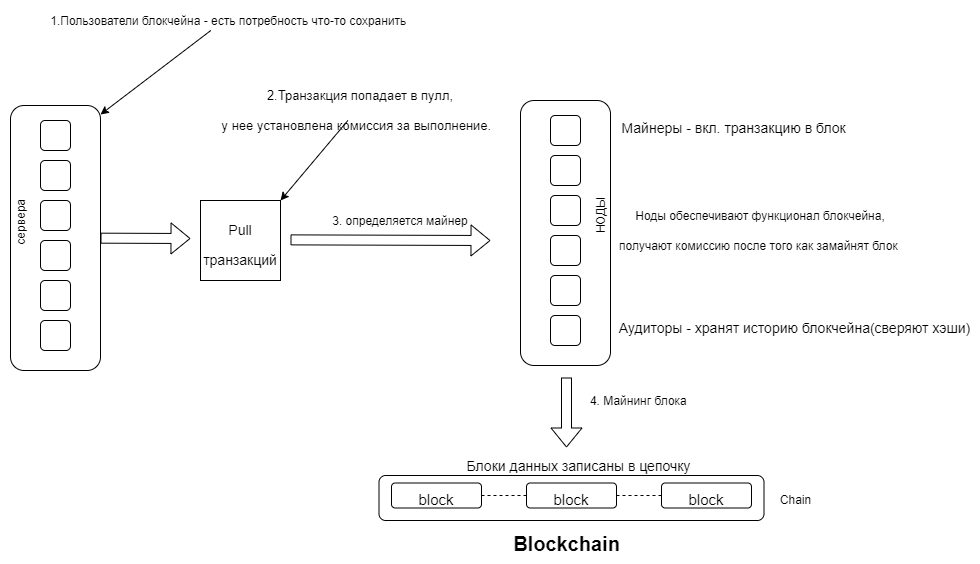
This is img/cycle_blockchain.png from gorokhovchint/Web3, a draw.io export, as it was before one commit. Source tidied: cells renumbered, new cells last; positions are measured from the earlier drawing's top-left corner, leaving out a move shared by most shapes.
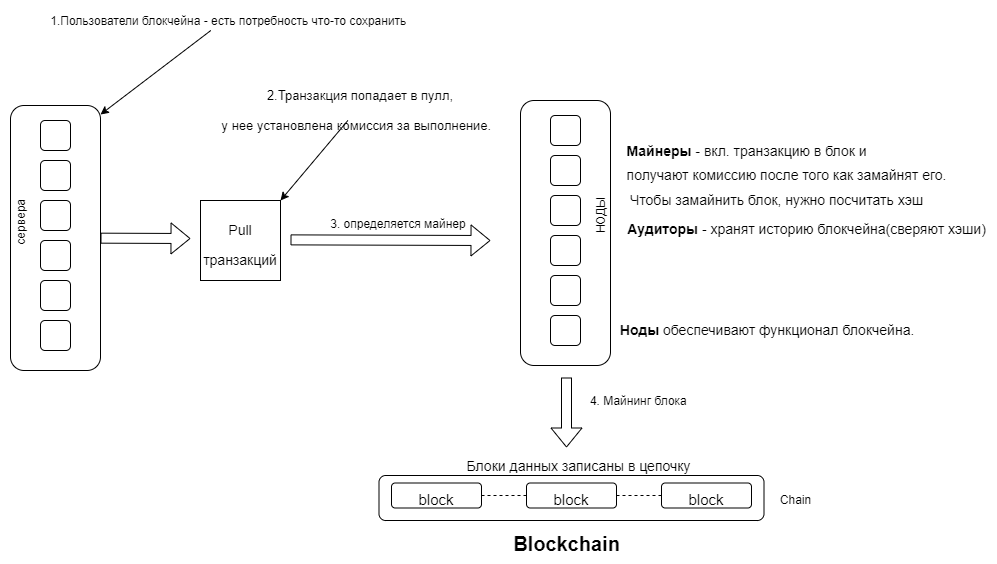
After the change.

What changed in the source:
```diff
@@ -71,7 +71,7 @@
       <mxGeometry x="590" y="315" width="30" height="30" as="geometry" />
     </mxCell>
     <mxCell id="23" value="&lt;span style=&quot;font-size: 12px;&quot;&gt;3. определяется майнер&lt;/span&gt;" style="text;html=1;strokeColor=none;fillColor=none;align=center;verticalAlign=middle;whiteSpace=wrap;rounded=0;fontSize=25;" parent="1" vertex="1">
-      <mxGeometry x="220" y="200" width="440" height="30" as="geometry" />
+      <mxGeometry x="218" y="203" width="440" height="30" as="geometry" />
     </mxCell>
     <mxCell id="24" style="rounded=1;fontSize=25;rotation=90;verticalAlign=middle;fontColor=default;whiteSpace=wrap;html=1;" parent="1" vertex="1">
       <mxGeometry x="588.5" y="305" width="45" height="385" as="geometry" />
@@ -94,8 +94,8 @@
     <mxCell id="29" value="&lt;span style=&quot;font-size: 12px;&quot;&gt;НОДЫ&lt;/span&gt;" style="text;html=1;strokeColor=none;fillColor=none;align=center;verticalAlign=middle;whiteSpace=wrap;rounded=0;fontSize=25;rotation=-90;" parent="1" vertex="1">
       <mxGeometry x="580" y="200" width="110" height="30" as="geometry" />
     </mxCell>
-    <mxCell id="30" value="&lt;span style=&quot;font-size: 12px; line-height: 1.2;&quot;&gt;Ноды обеспечивают функционал блокчейна,&lt;br&gt;получают комиссию после того как замайнят блок&amp;nbsp;&lt;br&gt;&lt;/span&gt;" style="text;html=1;strokeColor=none;fillColor=none;align=center;verticalAlign=middle;whiteSpace=wrap;rounded=0;fontSize=25;" parent="1" vertex="1">
-      <mxGeometry x="590" y="210" width="420" height="30" as="geometry" />
+    <mxCell id="30" value="&lt;span style=&quot;line-height: 1.2;&quot;&gt;&lt;font style=&quot;font-size: 14px;&quot;&gt;&lt;b&gt;Ноды &lt;/b&gt;обеспечивают функционал блокчейна.&amp;nbsp;&lt;/font&gt;&lt;br&gt;&lt;/span&gt;" style="text;html=1;strokeColor=none;fillColor=none;align=center;verticalAlign=middle;whiteSpace=wrap;rounded=0;fontSize=25;" parent="1" vertex="1">
+      <mxGeometry x="599" y="310" width="420" height="30" as="geometry" />
     </mxCell>
     <mxCell id="31" value="&lt;span style=&quot;font-size: 12px; line-height: 1.2;&quot;&gt;&lt;br&gt;&lt;/span&gt;" style="text;html=1;strokeColor=none;fillColor=none;align=center;verticalAlign=middle;whiteSpace=wrap;rounded=0;fontSize=25;" parent="1" vertex="1">
       <mxGeometry x="461" y="492.5" width="168" height="30" as="geometry" />
@@ -124,14 +124,20 @@
     <mxCell id="38" value="&lt;b&gt;&lt;font style=&quot;font-size: 20px;&quot;&gt;Blockchain&lt;/font&gt;&lt;/b&gt;" style="text;html=1;align=center;verticalAlign=middle;strokeColor=none;fillColor=none;" parent="1" vertex="1">
       <mxGeometry x="541" y="522.5" width="130" height="40" as="geometry" />
     </mxCell>
-    <mxCell id="39" value="&lt;font style=&quot;font-size: 14px;&quot;&gt;Майнеры - вкл. транзакцию в блок&amp;nbsp;&lt;/font&gt;" style="text;html=1;align=center;verticalAlign=middle;strokeColor=none;fillColor=none;fontSize=20;" parent="1" vertex="1">
-      <mxGeometry x="650" y="105" width="250" height="40" as="geometry" />
+    <mxCell id="39" value="&lt;font style=&quot;font-size: 14px;&quot;&gt;&lt;b&gt;Майнеры &lt;/b&gt;- вкл. транзакцию в блок и&lt;/font&gt;" style="text;html=1;align=center;verticalAlign=middle;strokeColor=none;fillColor=none;fontSize=20;" parent="1" vertex="1">
+      <mxGeometry x="656" y="128" width="260" height="40" as="geometry" />
     </mxCell>
-    <mxCell id="40" value="&lt;font style=&quot;font-size: 14px;&quot;&gt;Аудиторы - хранят историю блокчейна(сверяют хэши)&lt;/font&gt;" style="text;html=1;align=center;verticalAlign=middle;strokeColor=none;fillColor=none;fontSize=20;" parent="1" vertex="1">
-      <mxGeometry x="649" y="305" width="370" height="40" as="geometry" />
+    <mxCell id="40" value="&lt;font style=&quot;font-size: 14px;&quot;&gt;&lt;b&gt;Аудиторы &lt;/b&gt;- хранят историю блокчейна(сверяют хэши)&lt;/font&gt;" style="text;html=1;align=center;verticalAlign=middle;strokeColor=none;fillColor=none;fontSize=20;" parent="1" vertex="1">
+      <mxGeometry x="656" y="206" width="380" height="40" as="geometry" />
     </mxCell>
     <mxCell id="41" value="&lt;font style=&quot;font-size: 14px;&quot;&gt;Блоки данных записаны в цепочку&lt;/font&gt;" style="text;html=1;align=center;verticalAlign=middle;strokeColor=none;fillColor=none;fontSize=20;" parent="1" vertex="1">
       <mxGeometry x="493" y="442.5" width="250" height="40" as="geometry" />
     </mxCell>
+    <mxCell id="42" value="&lt;font style=&quot;font-size: 14px;&quot;&gt;получают комиссию после того как замайнят его.&lt;/font&gt;" style="text;html=1;align=center;verticalAlign=middle;strokeColor=none;fillColor=none;fontSize=14;" parent="1" vertex="1">
+      <mxGeometry x="656" y="160" width="340" height="30" as="geometry" />
+    </mxCell>
+    <mxCell id="43" value="Чтобы замайнить блок, нужно посчитать хэш" style="text;html=1;align=center;verticalAlign=middle;strokeColor=none;fillColor=none;fontSize=14;" parent="1" vertex="1">
+      <mxGeometry x="656" y="185" width="320" height="30" as="geometry" />
+    </mxCell>
   </root>
 </mxGraphModel>
```
